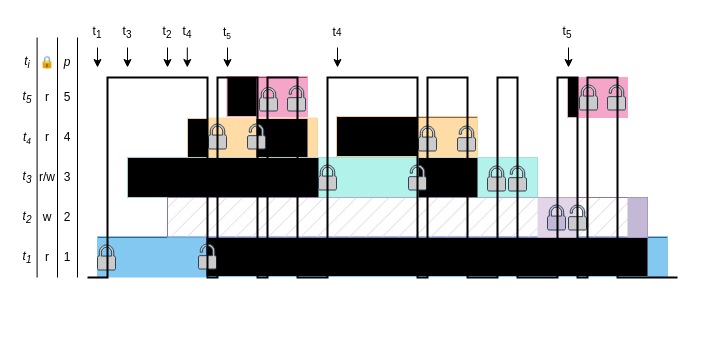
Before: assets/system-mutex.drawio in perlindgren/rw-rtic, a draw.io diagram. Source tidied: cells renumbered, new cells numbered last; positions are measured from the earlier drawing's top-left corner, leaving out a move shared by most shapes. Both pictures are drawn from the tidied source at 100%, with x=0, y=0 at pixel (17, 17).
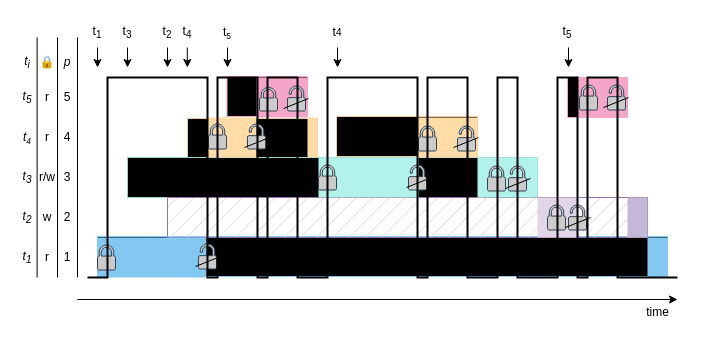
After the change.

What changed in the source:
```diff
@@
-    <mxCell id="46" style="sketch=0;shadow=0;dashed=0;html=1;strokeColor=#314354;labelPosition=center;verticalLabelPosition=bottom;verticalAlign=top;align=center;shape=mxgraph.office.security.lock_protected;fillColor=light-dark(#c3b9d7, #392f3f);fontColor=#ffffff;" parent="1" vertex="1">
+    <mxCell id="46" style="sketch=0;shadow=0;dashed=0;html=1;strokeColor=#314354;labelPosition=center;verticalLabelPosition=bottom;verticalAlign=top;align=center;shape=mxgraph.office.security.lock_protected;fillColor=light-dark(#cbcbcb, #392f3f);fontColor=#ffffff;" parent="1" vertex="1">
       <mxGeometry x="530" y="187.5" width="18" height="25" as="geometry" />
     </mxCell>
@@
+    <mxCell id="74" style="endArrow=none;html=1;rounded=0;" parent="1" edge="1">
+      <mxGeometry relative="1" as="geometry">
+        <mxPoint x="436" y="130" as="sourcePoint" />
+        <mxPoint x="461" y="120" as="targetPoint" />
+      </mxGeometry>
+    </mxCell>
+    <mxCell id="75" style="endArrow=none;html=1;rounded=0;" parent="1" edge="1">
+      <mxGeometry relative="1" as="geometry">
+        <mxPoint x="488" y="171" as="sourcePoint" />
+        <mxPoint x="513" y="161" as="targetPoint" />
+      </mxGeometry>
+    </mxCell>
+    <mxCell id="76" style="endArrow=none;html=1;rounded=0;" parent="1" edge="1">
+      <mxGeometry relative="1" as="geometry">
+        <mxPoint x="548" y="210" as="sourcePoint" />
+        <mxPoint x="573" y="200" as="targetPoint" />
+      </mxGeometry>
+    </mxCell>
+    <mxCell id="77" style="endArrow=none;html=1;rounded=0;" parent="1" edge="1">
+      <mxGeometry relative="1" as="geometry">
+        <mxPoint x="178" y="249" as="sourcePoint" />
+        <mxPoint x="203" y="239" as="targetPoint" />
+      </mxGeometry>
+    </mxCell>
+    <mxCell id="78" style="endArrow=none;html=1;rounded=0;" parent="1" edge="1">
+      <mxGeometry relative="1" as="geometry">
+        <mxPoint x="389" y="170" as="sourcePoint" />
+        <mxPoint x="414" y="160" as="targetPoint" />
+      </mxGeometry>
+    </mxCell>
+    <mxCell id="79" style="endArrow=none;html=1;rounded=0;" parent="1" edge="1">
+      <mxGeometry relative="1" as="geometry">
+        <mxPoint x="266" y="91" as="sourcePoint" />
+        <mxPoint x="291" y="81" as="targetPoint" />
+      </mxGeometry>
+    </mxCell>
+    <mxCell id="80" style="endArrow=none;html=1;rounded=0;" parent="1" edge="1">
+      <mxGeometry relative="1" as="geometry">
+        <mxPoint x="227" y="130" as="sourcePoint" />
+        <mxPoint x="252" y="120" as="targetPoint" />
+      </mxGeometry>
+    </mxCell>
+    <mxCell id="81" style="endArrow=none;html=1;rounded=0;" parent="1" edge="1">
+      <mxGeometry relative="1" as="geometry">
+        <mxPoint x="586" y="90" as="sourcePoint" />
+        <mxPoint x="611" y="80" as="targetPoint" />
+      </mxGeometry>
+    </mxCell>
+    <mxCell id="82" style="endArrow=classic;html=1;rounded=0;" parent="1" edge="1">
+      <mxGeometry relative="1" as="geometry">
+        <mxPoint x="60" y="282" as="sourcePoint" />
+        <mxPoint x="660" y="282" as="targetPoint" />
+      </mxGeometry>
+    </mxCell>
+    <mxCell id="83" value="time" style="text;html=1;align=center;verticalAlign=middle;strokeColor=none;fillColor=none;" parent="1" vertex="1">
+      <mxGeometry x="615" y="280" width="50" height="30" as="geometry" />
+    </mxCell>
```
